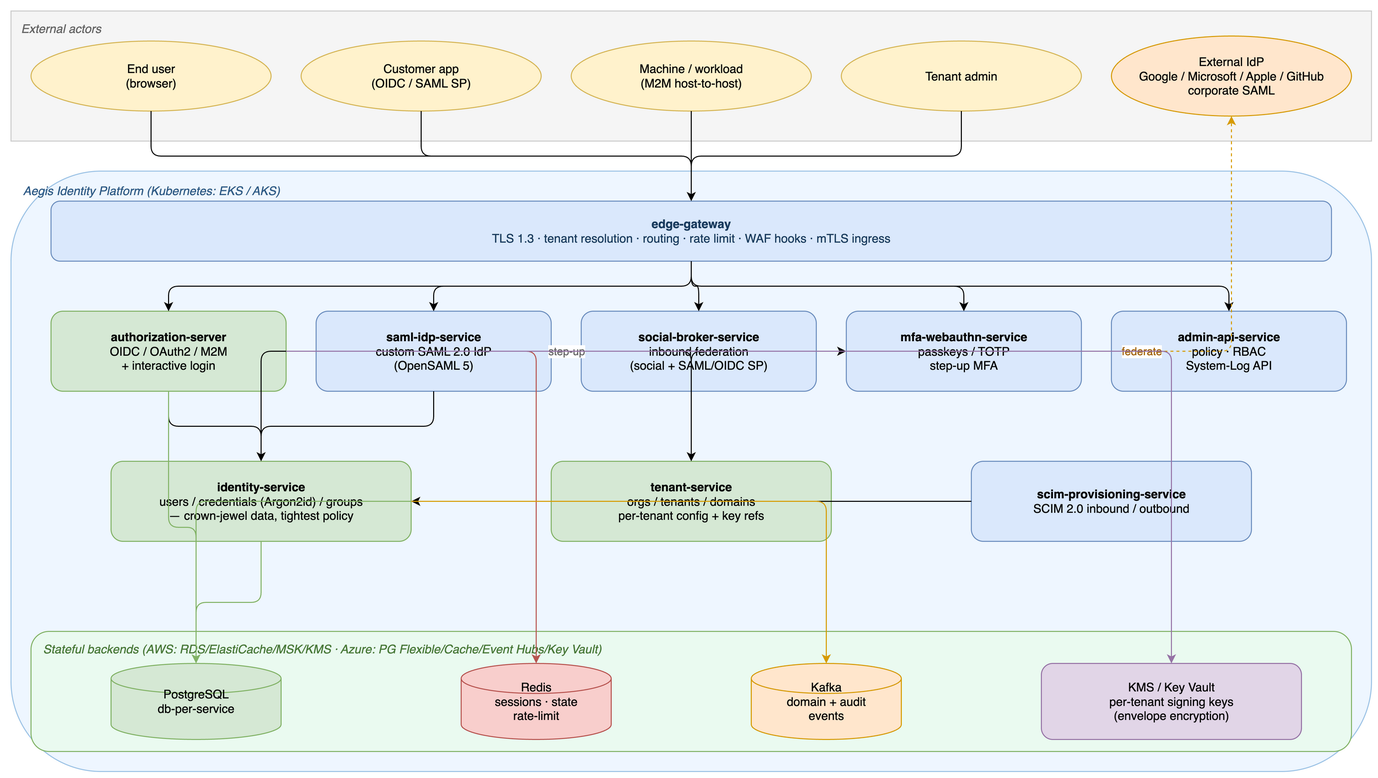
Earlier version of the draw.io export architecture/diagrams/system-context.drawio.png (AegisIdentity/aegis-platform-docs). Source tidied: cells renumbered, new cells last; positions are measured from the earlier drawing's top-left corner, leaving out a move shared by most shapes. Its diagram source:
```xml
<mxGraphModel>
  <root>
    <mxCell id="0" />
    <mxCell id="1" parent="0" />
    <mxCell id="2" value="External actors" style="rounded=0;whiteSpace=wrap;html=1;fillColor=#f5f5f5;strokeColor=#cccccc;verticalAlign=top;align=left;fontStyle=2;fontColor=#666666;spacingLeft=8;spacingTop=4;" parent="1" vertex="1">
      <mxGeometry width="1360" height="130" as="geometry" />
    </mxCell>
    <mxCell id="3" value="Aegis Identity Platform  (Kubernetes: EKS / AKS)" style="rounded=1;whiteSpace=wrap;html=1;fillColor=#eef6ff;strokeColor=#9cc3e6;verticalAlign=top;align=left;fontStyle=2;fontColor=#2f5b86;spacingLeft=10;spacingTop=6;" parent="1" vertex="1">
      <mxGeometry y="160" width="1360" height="600" as="geometry" />
    </mxCell>
    <mxCell id="4" value="Stateful backends  (AWS: RDS/ElastiCache/MSK/KMS  ·  Azure: PG Flexible/Cache/Event Hubs/Key Vault)" style="rounded=1;whiteSpace=wrap;html=1;fillColor=#eafaf0;strokeColor=#82b366;verticalAlign=top;align=left;fontStyle=2;fontColor=#4a7a3a;spacingLeft=10;spacingTop=4;" parent="1" vertex="1">
      <mxGeometry x="20" y="620" width="1320" height="120" as="geometry" />
    </mxCell>
    <mxCell id="5" value="End user&#10;(browser)" style="ellipse;whiteSpace=wrap;html=1;fillColor=#fff2cc;strokeColor=#d6b656;" parent="1" vertex="1">
      <mxGeometry x="20" y="30" width="240" height="70" as="geometry" />
    </mxCell>
    <mxCell id="6" value="Customer app&#10;(OIDC / SAML SP)" style="ellipse;whiteSpace=wrap;html=1;fillColor=#fff2cc;strokeColor=#d6b656;" parent="1" vertex="1">
      <mxGeometry x="290" y="30" width="240" height="70" as="geometry" />
    </mxCell>
    <mxCell id="7" value="Machine / workload&#10;(M2M host-to-host)" style="ellipse;whiteSpace=wrap;html=1;fillColor=#fff2cc;strokeColor=#d6b656;" parent="1" vertex="1">
      <mxGeometry x="560" y="30" width="240" height="70" as="geometry" />
    </mxCell>
    <mxCell id="8" value="Tenant admin" style="ellipse;whiteSpace=wrap;html=1;fillColor=#fff2cc;strokeColor=#d6b656;" parent="1" vertex="1">
      <mxGeometry x="830" y="30" width="240" height="70" as="geometry" />
    </mxCell>
    <mxCell id="9" value="External IdP&#10;Google / Microsoft / Apple / GitHub&#10;corporate SAML" style="ellipse;whiteSpace=wrap;html=1;fillColor=#ffe6cc;strokeColor=#d79b00;" parent="1" vertex="1">
      <mxGeometry x="1100" y="25" width="240" height="80" as="geometry" />
    </mxCell>
    <mxCell id="10" value="&lt;b&gt;edge-gateway&lt;/b&gt;&#10;TLS 1.3 · tenant resolution · routing · rate limit · WAF hooks · mTLS ingress" style="rounded=1;whiteSpace=wrap;html=1;fillColor=#dae8fc;strokeColor=#6c8ebf;fontColor=#1a3c5e;" parent="1" vertex="1">
      <mxGeometry x="40" y="190" width="1280" height="60" as="geometry" />
    </mxCell>
    <mxCell id="11" value="&lt;b&gt;authorization-server&lt;/b&gt;&#10;OIDC / OAuth2 / M2M&#10;+ interactive login" style="rounded=1;whiteSpace=wrap;html=1;fillColor=#d5e8d4;strokeColor=#82b366;" parent="1" vertex="1">
      <mxGeometry x="40" y="300" width="235" height="80" as="geometry" />
    </mxCell>
    <mxCell id="12" value="&lt;b&gt;saml-idp-service&lt;/b&gt;&#10;custom SAML 2.0 IdP&#10;(OpenSAML 5)" style="rounded=1;whiteSpace=wrap;html=1;fillColor=#dae8fc;strokeColor=#6c8ebf;" parent="1" vertex="1">
      <mxGeometry x="305" y="300" width="235" height="80" as="geometry" />
    </mxCell>
    <mxCell id="13" value="&lt;b&gt;social-broker-service&lt;/b&gt;&#10;inbound federation&#10;(social + SAML/OIDC SP)" style="rounded=1;whiteSpace=wrap;html=1;fillColor=#dae8fc;strokeColor=#6c8ebf;" parent="1" vertex="1">
      <mxGeometry x="570" y="300" width="235" height="80" as="geometry" />
    </mxCell>
    <mxCell id="14" value="&lt;b&gt;mfa-webauthn-service&lt;/b&gt;&#10;passkeys / TOTP&#10;step-up MFA" style="rounded=1;whiteSpace=wrap;html=1;fillColor=#dae8fc;strokeColor=#6c8ebf;" parent="1" vertex="1">
      <mxGeometry x="835" y="300" width="235" height="80" as="geometry" />
    </mxCell>
    <mxCell id="15" value="&lt;b&gt;admin-api-service&lt;/b&gt;&#10;policy · RBAC&#10;System-Log API" style="rounded=1;whiteSpace=wrap;html=1;fillColor=#dae8fc;strokeColor=#6c8ebf;" parent="1" vertex="1">
      <mxGeometry x="1100" y="300" width="235" height="80" as="geometry" />
    </mxCell>
    <mxCell id="16" value="&lt;b&gt;identity-service&lt;/b&gt;&#10;users / credentials (Argon2id) / groups&#10;— crown-jewel data, tightest policy" style="rounded=1;whiteSpace=wrap;html=1;fillColor=#d5e8d4;strokeColor=#82b366;" parent="1" vertex="1">
      <mxGeometry x="100" y="450" width="300" height="80" as="geometry" />
    </mxCell>
    <mxCell id="17" value="&lt;b&gt;tenant-service&lt;/b&gt;&#10;orgs / tenants / domains&#10;per-tenant config + key refs" style="rounded=1;whiteSpace=wrap;html=1;fillColor=#d5e8d4;strokeColor=#82b366;" parent="1" vertex="1">
      <mxGeometry x="540" y="450" width="280" height="80" as="geometry" />
    </mxCell>
    <mxCell id="18" value="&lt;b&gt;scim-provisioning-service&lt;/b&gt;&#10;SCIM 2.0 inbound / outbound" style="rounded=1;whiteSpace=wrap;html=1;fillColor=#dae8fc;strokeColor=#6c8ebf;" parent="1" vertex="1">
      <mxGeometry x="960" y="450" width="280" height="80" as="geometry" />
    </mxCell>
    <mxCell id="19" value="PostgreSQL&#10;db-per-service" style="shape=cylinder3;whiteSpace=wrap;html=1;fillColor=#d5e8d4;strokeColor=#82b366;" parent="1" vertex="1">
      <mxGeometry x="100" y="652" width="170" height="76" as="geometry" />
    </mxCell>
    <mxCell id="20" value="Redis&#10;sessions · state&#10;rate-limit" style="shape=cylinder3;whiteSpace=wrap;html=1;fillColor=#f8cecc;strokeColor=#b85450;" parent="1" vertex="1">
      <mxGeometry x="450" y="652" width="150" height="76" as="geometry" />
    </mxCell>
    <mxCell id="21" value="Kafka&#10;domain + audit&#10;events" style="shape=cylinder3;whiteSpace=wrap;html=1;fillColor=#ffe6cc;strokeColor=#d79b00;" parent="1" vertex="1">
      <mxGeometry x="740" y="652" width="150" height="76" as="geometry" />
    </mxCell>
    <mxCell id="22" value="KMS / Key Vault&#10;per-tenant signing keys&#10;(envelope encryption)" style="rounded=1;whiteSpace=wrap;html=1;fillColor=#e1d5e7;strokeColor=#9673a6;" parent="1" vertex="1">
      <mxGeometry x="1030" y="652" width="260" height="76" as="geometry" />
    </mxCell>
    <mxCell id="23" style="edgeStyle=orthogonalEdgeStyle;rounded=1;html=1;endArrow=classic;" parent="1" edge="1" source="5" target="10">
      <mxGeometry relative="1" as="geometry" />
    </mxCell>
    <mxCell id="24" style="edgeStyle=orthogonalEdgeStyle;rounded=1;html=1;endArrow=classic;" parent="1" edge="1" source="6" target="10">
      <mxGeometry relative="1" as="geometry" />
    </mxCell>
    <mxCell id="25" style="edgeStyle=orthogonalEdgeStyle;rounded=1;html=1;endArrow=classic;" parent="1" edge="1" source="7" target="10">
      <mxGeometry relative="1" as="geometry" />
    </mxCell>
    <mxCell id="26" style="edgeStyle=orthogonalEdgeStyle;rounded=1;html=1;endArrow=classic;" parent="1" edge="1" source="8" target="10">
      <mxGeometry relative="1" as="geometry" />
    </mxCell>
    <mxCell id="27" style="edgeStyle=orthogonalEdgeStyle;rounded=1;html=1;endArrow=classic;" parent="1" edge="1" source="10" target="11">
      <mxGeometry relative="1" as="geometry" />
    </mxCell>
    <mxCell id="28" style="edgeStyle=orthogonalEdgeStyle;rounded=1;html=1;endArrow=classic;" parent="1" edge="1" source="10" target="12">
      <mxGeometry relative="1" as="geometry" />
    </mxCell>
    <mxCell id="29" style="edgeStyle=orthogonalEdgeStyle;rounded=1;html=1;endArrow=classic;" parent="1" edge="1" source="10" target="13">
      <mxGeometry relative="1" as="geometry" />
    </mxCell>
    <mxCell id="30" style="edgeStyle=orthogonalEdgeStyle;rounded=1;html=1;endArrow=classic;" parent="1" edge="1" source="10" target="14">
      <mxGeometry relative="1" as="geometry" />
    </mxCell>
    <mxCell id="31" style="edgeStyle=orthogonalEdgeStyle;rounded=1;html=1;endArrow=classic;" parent="1" edge="1" source="10" target="15">
      <mxGeometry relative="1" as="geometry" />
    </mxCell>
    <mxCell id="32" value="federate" style="edgeStyle=orthogonalEdgeStyle;rounded=1;html=1;dashed=1;strokeColor=#d79b00;endArrow=classic;fontColor=#a06000;" parent="1" edge="1" source="13" target="9">
      <mxGeometry relative="1" as="geometry" />
    </mxCell>
    <mxCell id="33" style="edgeStyle=orthogonalEdgeStyle;rounded=1;html=1;endArrow=classic;" parent="1" edge="1" source="11" target="16">
      <mxGeometry relative="1" as="geometry" />
    </mxCell>
    <mxCell id="34" style="edgeStyle=orthogonalEdgeStyle;rounded=1;html=1;endArrow=classic;" parent="1" edge="1" source="11" target="17">
      <mxGeometry relative="1" as="geometry" />
    </mxCell>
    <mxCell id="35" value="step-up" style="edgeStyle=orthogonalEdgeStyle;rounded=1;html=1;dashed=1;endArrow=classic;fontColor=#666666;" parent="1" edge="1" source="11" target="14">
      <mxGeometry relative="1" as="geometry" />
    </mxCell>
    <mxCell id="36" style="edgeStyle=orthogonalEdgeStyle;rounded=1;html=1;endArrow=classic;" parent="1" edge="1" source="13" target="16">
      <mxGeometry relative="1" as="geometry" />
    </mxCell>
    <mxCell id="37" style="edgeStyle=orthogonalEdgeStyle;rounded=1;html=1;endArrow=classic;" parent="1" edge="1" source="12" target="16">
      <mxGeometry relative="1" as="geometry" />
    </mxCell>
    <mxCell id="38" style="edgeStyle=orthogonalEdgeStyle;rounded=1;html=1;endArrow=classic;" parent="1" edge="1" source="18" target="16">
      <mxGeometry relative="1" as="geometry" />
    </mxCell>
    <mxCell id="39" style="edgeStyle=orthogonalEdgeStyle;rounded=1;html=1;endArrow=classic;" parent="1" edge="1" source="15" target="17">
      <mxGeometry relative="1" as="geometry" />
    </mxCell>
    <mxCell id="40" style="edgeStyle=orthogonalEdgeStyle;rounded=1;html=1;endArrow=classic;strokeColor=#82b366;" parent="1" edge="1" source="16" target="19">
      <mxGeometry relative="1" as="geometry" />
    </mxCell>
    <mxCell id="41" style="edgeStyle=orthogonalEdgeStyle;rounded=1;html=1;endArrow=classic;strokeColor=#82b366;" parent="1" edge="1" source="17" target="19">
      <mxGeometry relative="1" as="geometry" />
    </mxCell>
    <mxCell id="42" style="edgeStyle=orthogonalEdgeStyle;rounded=1;html=1;endArrow=classic;strokeColor=#82b366;" parent="1" edge="1" source="11" target="19">
      <mxGeometry relative="1" as="geometry" />
    </mxCell>
    <mxCell id="43" style="edgeStyle=orthogonalEdgeStyle;rounded=1;html=1;endArrow=classic;strokeColor=#b85450;" parent="1" edge="1" source="11" target="20">
      <mxGeometry relative="1" as="geometry" />
    </mxCell>
    <mxCell id="44" style="edgeStyle=orthogonalEdgeStyle;rounded=1;html=1;endArrow=classic;strokeColor=#d79b00;" parent="1" edge="1" source="16" target="21">
      <mxGeometry relative="1" as="geometry" />
    </mxCell>
    <mxCell id="45" style="edgeStyle=orthogonalEdgeStyle;rounded=1;html=1;endArrow=classic;strokeColor=#9673a6;" parent="1" edge="1" source="11" target="22">
      <mxGeometry relative="1" as="geometry" />
    </mxCell>
    <mxCell id="46" style="edgeStyle=orthogonalEdgeStyle;rounded=1;html=1;endArrow=classic;strokeColor=#9673a6;" parent="1" edge="1" source="12" target="22">
      <mxGeometry relative="1" as="geometry" />
    </mxCell>
  </root>
</mxGraphModel>
```
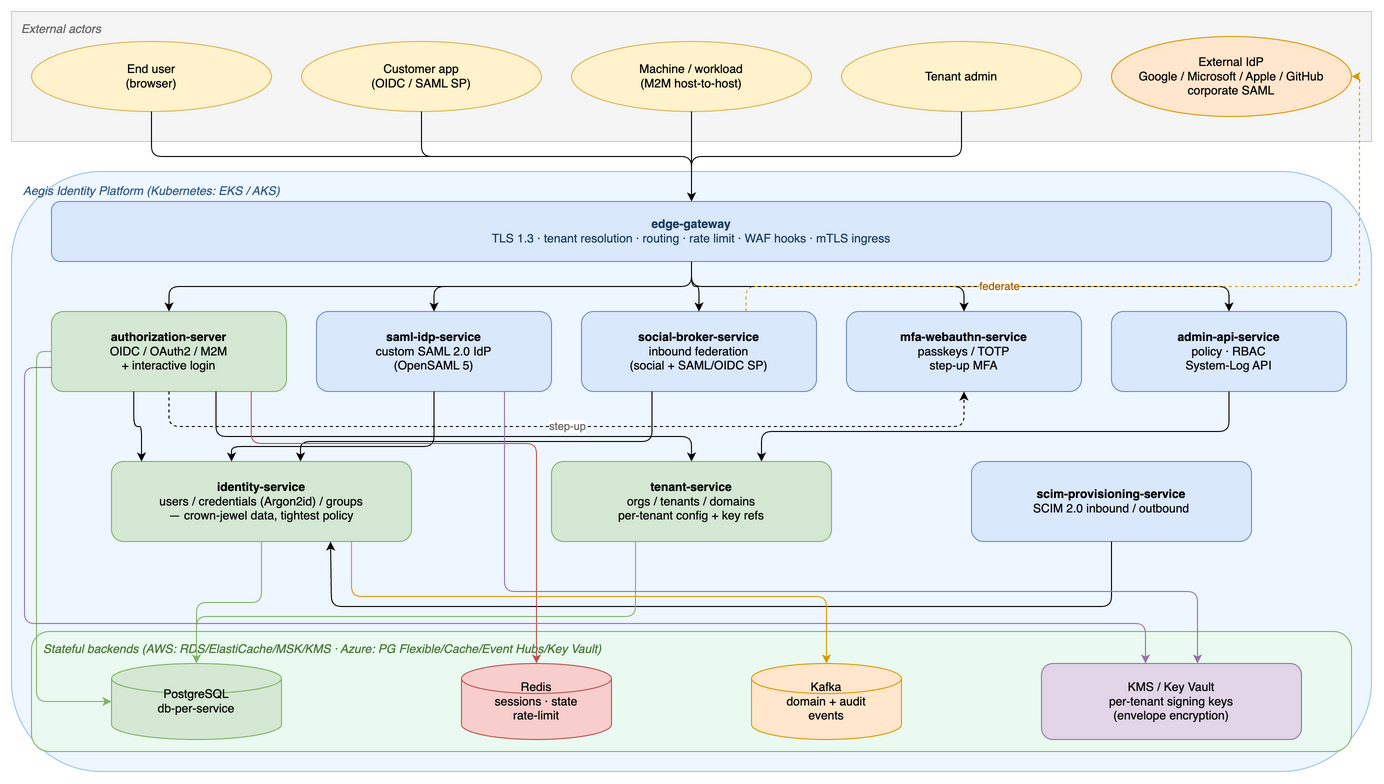
The same file after the commit.

Change to the diagram source:
```diff
@@ -92,50 +92,117 @@
     <mxCell id="31" style="edgeStyle=orthogonalEdgeStyle;rounded=1;html=1;endArrow=classic;" parent="1" edge="1" source="10" target="15">
       <mxGeometry relative="1" as="geometry" />
     </mxCell>
-    <mxCell id="32" value="federate" style="edgeStyle=orthogonalEdgeStyle;rounded=1;html=1;dashed=1;strokeColor=#d79b00;endArrow=classic;fontColor=#a06000;" parent="1" edge="1" source="13" target="9">
-      <mxGeometry relative="1" as="geometry" />
+    <mxCell id="32" value="federate" style="edgeStyle=orthogonalEdgeStyle;rounded=1;html=1;dashed=1;strokeColor=#d79b00;endArrow=classic;fontColor=#a06000;labelBackgroundColor=#FFFFFF;exitX=0.7;exitY=0;entryX=1;entryY=0.5;" parent="1" edge="1" source="13" target="9">
+      <mxGeometry x="-0.35" relative="1" as="geometry">
+        <Array as="points">
+          <mxPoint x="734" y="275" />
+          <mxPoint x="1348" y="275" />
+          <mxPoint x="1348" y="65" />
+        </Array>
+      </mxGeometry>
     </mxCell>
-    <mxCell id="33" style="edgeStyle=orthogonalEdgeStyle;rounded=1;html=1;endArrow=classic;" parent="1" edge="1" source="11" target="16">
+    <mxCell id="33" style="edgeStyle=orthogonalEdgeStyle;rounded=1;html=1;endArrow=classic;exitX=0.35;exitY=1;entryX=0.1;entryY=0;" parent="1" edge="1" source="11" target="16">
       <mxGeometry relative="1" as="geometry" />
     </mxCell>
-    <mxCell id="34" style="edgeStyle=orthogonalEdgeStyle;rounded=1;html=1;endArrow=classic;" parent="1" edge="1" source="11" target="17">
-      <mxGeometry relative="1" as="geometry" />
+    <mxCell id="34" style="edgeStyle=orthogonalEdgeStyle;rounded=1;html=1;endArrow=classic;exitX=0.7;exitY=1;entryX=0.5;entryY=0;" parent="1" edge="1" source="11" target="17">
+      <mxGeometry relative="1" as="geometry">
+        <Array as="points">
+          <mxPoint x="204" y="425" />
+          <mxPoint x="680" y="425" />
+        </Array>
+      </mxGeometry>
     </mxCell>
-    <mxCell id="35" value="step-up" style="edgeStyle=orthogonalEdgeStyle;rounded=1;html=1;dashed=1;endArrow=classic;fontColor=#666666;" parent="1" edge="1" source="11" target="14">
-      <mxGeometry relative="1" as="geometry" />
+    <mxCell id="35" value="step-up" style="edgeStyle=orthogonalEdgeStyle;rounded=1;html=1;dashed=1;endArrow=classic;fontColor=#666666;labelBackgroundColor=#FFFFFF;exitX=0.5;exitY=1;entryX=0.5;entryY=1;" parent="1" edge="1" source="11" target="14">
+      <mxGeometry relative="1" as="geometry">
+        <Array as="points">
+          <mxPoint x="157" y="415" />
+          <mxPoint x="952" y="415" />
+        </Array>
+      </mxGeometry>
     </mxCell>
-    <mxCell id="36" style="edgeStyle=orthogonalEdgeStyle;rounded=1;html=1;endArrow=classic;" parent="1" edge="1" source="13" target="16">
-      <mxGeometry relative="1" as="geometry" />
+    <mxCell id="36" style="edgeStyle=orthogonalEdgeStyle;rounded=1;html=1;endArrow=classic;exitX=0.3;exitY=1;entryX=0.63;entryY=0;" parent="1" edge="1" source="13" target="16">
+      <mxGeometry relative="1" as="geometry">
+        <Array as="points">
+          <mxPoint x="640" y="430" />
+          <mxPoint x="289" y="430" />
+        </Array>
+      </mxGeometry>
     </mxCell>
-    <mxCell id="37" style="edgeStyle=orthogonalEdgeStyle;rounded=1;html=1;endArrow=classic;" parent="1" edge="1" source="12" target="16">
-      <mxGeometry relative="1" as="geometry" />
+    <mxCell id="37" style="edgeStyle=orthogonalEdgeStyle;rounded=1;html=1;endArrow=classic;exitX=0.5;exitY=1;entryX=0.4;entryY=0;" parent="1" edge="1" source="12" target="16">
+      <mxGeometry relative="1" as="geometry">
+        <Array as="points">
+          <mxPoint x="422" y="435" />
+          <mxPoint x="220" y="435" />
+        </Array>
+      </mxGeometry>
     </mxCell>
-    <mxCell id="38" style="edgeStyle=orthogonalEdgeStyle;rounded=1;html=1;endArrow=classic;" parent="1" edge="1" source="18" target="16">
-      <mxGeometry relative="1" as="geometry" />
+    <mxCell id="38" style="edgeStyle=orthogonalEdgeStyle;rounded=1;html=1;endArrow=classic;exitX=0.5;exitY=1;entryX=0.73;entryY=1;" parent="1" edge="1" source="18" target="16">
+      <mxGeometry relative="1" as="geometry">
+        <Array as="points">
+          <mxPoint x="1100" y="595" />
+          <mxPoint x="320" y="595" />
+        </Array>
+      </mxGeometry>
     </mxCell>
-    <mxCell id="39" style="edgeStyle=orthogonalEdgeStyle;rounded=1;html=1;endArrow=classic;" parent="1" edge="1" source="15" target="17">
-      <mxGeometry relative="1" as="geometry" />
+    <mxCell id="39" style="edgeStyle=orthogonalEdgeStyle;rounded=1;html=1;endArrow=classic;exitX=0.5;exitY=1;entryX=0.75;entryY=0;" parent="1" edge="1" source="15" target="17">
+      <mxGeometry relative="1" as="geometry">
+        <Array as="points">
+          <mxPoint x="1217" y="420" />
+          <mxPoint x="750" y="420" />
+        </Array>
+      </mxGeometry>
     </mxCell>
     <mxCell id="40" style="edgeStyle=orthogonalEdgeStyle;rounded=1;html=1;endArrow=classic;strokeColor=#82b366;" parent="1" edge="1" source="16" target="19">
       <mxGeometry relative="1" as="geometry" />
     </mxCell>
-    <mxCell id="41" style="edgeStyle=orthogonalEdgeStyle;rounded=1;html=1;endArrow=classic;strokeColor=#82b366;" parent="1" edge="1" source="17" target="19">
-      <mxGeometry relative="1" as="geometry" />
+    <mxCell id="41" style="edgeStyle=orthogonalEdgeStyle;rounded=1;html=1;endArrow=classic;strokeColor=#82b366;exitX=0.3;exitY=1;entryX=0.5;entryY=0;" parent="1" edge="1" source="17" target="19">
+      <mxGeometry relative="1" as="geometry">
+        <Array as="points">
+          <mxPoint x="624" y="605" />
+          <mxPoint x="185" y="605" />
+        </Array>
+      </mxGeometry>
     </mxCell>
-    <mxCell id="42" style="edgeStyle=orthogonalEdgeStyle;rounded=1;html=1;endArrow=classic;strokeColor=#82b366;" parent="1" edge="1" source="11" target="19">
-      <mxGeometry relative="1" as="geometry" />
+    <mxCell id="42" style="edgeStyle=orthogonalEdgeStyle;rounded=1;html=1;endArrow=classic;strokeColor=#82b366;exitX=0;exitY=0.5;entryX=0;entryY=0.5;" parent="1" edge="1" source="11" target="19">
+      <mxGeometry relative="1" as="geometry">
+        <Array as="points">
+          <mxPoint x="25" y="340" />
+          <mxPoint x="25" y="690" />
+        </Array>
+      </mxGeometry>
     </mxCell>
-    <mxCell id="43" style="edgeStyle=orthogonalEdgeStyle;rounded=1;html=1;endArrow=classic;strokeColor=#b85450;" parent="1" edge="1" source="11" target="20">
-      <mxGeometry relative="1" as="geometry" />
+    <mxCell id="43" style="edgeStyle=orthogonalEdgeStyle;rounded=1;html=1;endArrow=classic;strokeColor=#b85450;exitX=0.85;exitY=1;entryX=0.5;entryY=0;" parent="1" edge="1" source="11" target="20">
+      <mxGeometry relative="1" as="geometry">
+        <Array as="points">
+          <mxPoint x="240" y="432" />
+          <mxPoint x="525" y="432" />
+        </Array>
+      </mxGeometry>
     </mxCell>
-    <mxCell id="44" style="edgeStyle=orthogonalEdgeStyle;rounded=1;html=1;endArrow=classic;strokeColor=#d79b00;" parent="1" edge="1" source="16" target="21">
-      <mxGeometry relative="1" as="geometry" />
+    <mxCell id="44" style="edgeStyle=orthogonalEdgeStyle;rounded=1;html=1;endArrow=classic;strokeColor=#d79b00;exitX=0.8;exitY=1;entryX=0.5;entryY=0;" parent="1" edge="1" source="16" target="21">
+      <mxGeometry relative="1" as="geometry">
+        <Array as="points">
+          <mxPoint x="340" y="585" />
+          <mxPoint x="815" y="585" />
+        </Array>
+      </mxGeometry>
     </mxCell>
-    <mxCell id="45" style="edgeStyle=orthogonalEdgeStyle;rounded=1;html=1;endArrow=classic;strokeColor=#9673a6;" parent="1" edge="1" source="11" target="22">
-      <mxGeometry relative="1" as="geometry" />
+    <mxCell id="45" style="edgeStyle=orthogonalEdgeStyle;rounded=1;html=1;endArrow=classic;strokeColor=#9673a6;exitX=0;exitY=0.7;entryX=0.4;entryY=0;" parent="1" edge="1" source="11" target="22">
+      <mxGeometry relative="1" as="geometry">
+        <Array as="points">
+          <mxPoint x="13" y="356" />
+          <mxPoint x="13" y="612" />
+          <mxPoint x="1134" y="612" />
+        </Array>
+      </mxGeometry>
     </mxCell>
-    <mxCell id="46" style="edgeStyle=orthogonalEdgeStyle;rounded=1;html=1;endArrow=classic;strokeColor=#9673a6;" parent="1" edge="1" source="12" target="22">
-      <mxGeometry relative="1" as="geometry" />
+    <mxCell id="46" style="edgeStyle=orthogonalEdgeStyle;rounded=1;html=1;endArrow=classic;strokeColor=#9673a6;exitX=0.8;exitY=1;entryX=0.6;entryY=0;" parent="1" edge="1" source="12" target="22">
+      <mxGeometry relative="1" as="geometry">
+        <Array as="points">
+          <mxPoint x="493" y="580" />
+          <mxPoint x="1186" y="580" />
+        </Array>
+      </mxGeometry>
     </mxCell>
   </root>
 </mxGraphModel>
```
